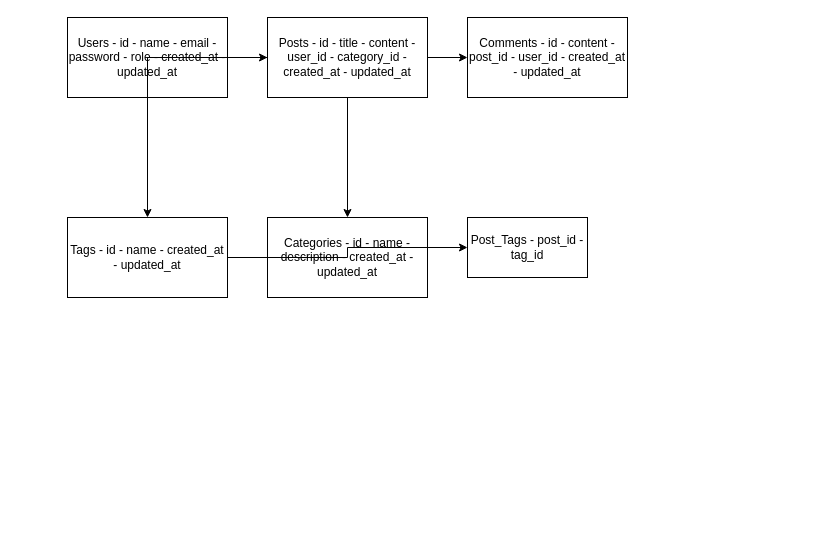
The draw.io diagram blog_website_erd.drawio in Toriqulislam1/ER_diagram, before the edit. Source tidied: cells renumbered, new cells numbered last; positions are measured from the earlier drawing's top-left corner, leaving out a move shared by most shapes. Both pictures are drawn from the tidied source at 100%, with x=0, y=0 at pixel (67, 17).
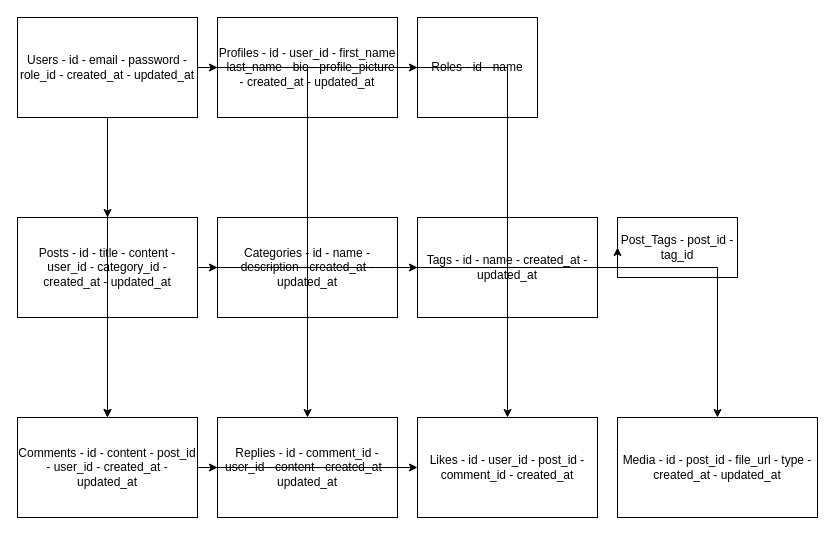
The same diagram, later.

Commit message:
blog site er diagram

Change to the diagram source:
```diff
@@
-    <mxCell id="2" value="Users - id - name - email - password - role - created_at - updated_at" style="shape=rectangle;whiteSpace=wrap;html=1;" parent="1" vertex="1">
-      <mxGeometry width="160" height="80" as="geometry" />
-    </mxCell>
+    <mxCell id="13" value="Users - id - email - password - role_id - created_at - updated_at" style="shape=rectangle;whiteSpace=wrap;html=1;" parent="1" vertex="1">
+      <mxGeometry x="-50" width="180" height="100" as="geometry" />
+    </mxCell>
+    <mxCell id="14" value="Profiles - id - user_id - first_name - last_name - bio - profile_picture - created_at - updated_at" style="shape=rectangle;whiteSpace=wrap;html=1;" parent="1" vertex="1">
+      <mxGeometry x="150" width="180" height="100" as="geometry" />
+    </mxCell>
+    <mxCell id="15" value="Roles - id - name" style="shape=rectangle;whiteSpace=wrap;html=1;" parent="1" vertex="1">
+      <mxGeometry x="350" width="120" height="100" as="geometry" />
+    </mxCell>
     <mxCell id="3" value="Posts - id - title - content - user_id - category_id - created_at - updated_at" style="shape=rectangle;whiteSpace=wrap;html=1;" parent="1" vertex="1">
-      <mxGeometry x="200" width="160" height="80" as="geometry" />
+      <mxGeometry x="-50" y="200" width="180" height="100" as="geometry" />
     </mxCell>
-    <mxCell id="4" value="Comments - id - content - post_id - user_id - created_at - updated_at" style="shape=rectangle;whiteSpace=wrap;html=1;" parent="1" vertex="1">
-      <mxGeometry x="400" width="160" height="80" as="geometry" />
-    </mxCell>
     <mxCell id="5" value="Categories - id - name - description - created_at - updated_at" style="shape=rectangle;whiteSpace=wrap;html=1;" parent="1" vertex="1">
-      <mxGeometry x="200" y="200" width="160" height="80" as="geometry" />
+      <mxGeometry x="150" y="200" width="180" height="100" as="geometry" />
     </mxCell>
     <mxCell id="6" value="Tags - id - name - created_at - updated_at" style="shape=rectangle;whiteSpace=wrap;html=1;" parent="1" vertex="1">
-      <mxGeometry y="200" width="160" height="80" as="geometry" />
+      <mxGeometry x="350" y="200" width="180" height="100" as="geometry" />
     </mxCell>
     <mxCell id="7" value="Post_Tags - post_id - tag_id" style="shape=rectangle;whiteSpace=wrap;html=1;" parent="1" vertex="1">
-      <mxGeometry x="400" y="200" width="120" height="60" as="geometry" />
+      <mxGeometry x="550" y="200" width="120" height="60" as="geometry" />
     </mxCell>
-    <mxCell id="8" style="edgeStyle=orthogonalEdgeStyle;rounded=0;jettySize=auto;html=1;" parent="1" edge="1" source="2" target="3">
-      <mxGeometry relative="1" as="geometry" />
-    </mxCell>
-    <mxCell id="9" style="edgeStyle=orthogonalEdgeStyle;rounded=0;jettySize=auto;html=1;" parent="1" edge="1" source="3" target="4">
-      <mxGeometry relative="1" as="geometry" />
-    </mxCell>
+    <mxCell id="4" value="Comments - id - content - post_id - user_id - created_at - updated_at" style="shape=rectangle;whiteSpace=wrap;html=1;" parent="1" vertex="1">
+      <mxGeometry x="-50" y="400" width="180" height="100" as="geometry" />
+    </mxCell>
+    <mxCell id="16" value="Replies - id - comment_id - user_id - content - created_at - updated_at" style="shape=rectangle;whiteSpace=wrap;html=1;" parent="1" vertex="1">
+      <mxGeometry x="150" y="400" width="180" height="100" as="geometry" />
+    </mxCell>
+    <mxCell id="17" value="Likes - id - user_id - post_id - comment_id - created_at" style="shape=rectangle;whiteSpace=wrap;html=1;" parent="1" vertex="1">
+      <mxGeometry x="350" y="400" width="180" height="100" as="geometry" />
+    </mxCell>
+    <mxCell id="18" value="Media - id - post_id - file_url - type - created_at - updated_at" style="shape=rectangle;whiteSpace=wrap;html=1;" parent="1" vertex="1">
+      <mxGeometry x="550" y="400" width="200" height="100" as="geometry" />
+    </mxCell>
+    <mxCell id="19" style="edgeStyle=orthogonalEdgeStyle;rounded=0;jettySize=auto;html=1;" parent="1" edge="1" source="13" target="14">
+      <mxGeometry relative="1" as="geometry" />
+    </mxCell>
+    <mxCell id="20" style="edgeStyle=orthogonalEdgeStyle;rounded=0;jettySize=auto;html=1;" parent="1" edge="1" source="13" target="3">
+      <mxGeometry relative="1" as="geometry" />
+    </mxCell>
+    <mxCell id="21" style="edgeStyle=orthogonalEdgeStyle;rounded=0;jettySize=auto;html=1;" parent="1" edge="1" source="13" target="4">
+      <mxGeometry relative="1" as="geometry" />
+    </mxCell>
+    <mxCell id="22" style="edgeStyle=orthogonalEdgeStyle;rounded=0;jettySize=auto;html=1;" parent="1" edge="1" source="13" target="17">
+      <mxGeometry relative="1" as="geometry" />
+    </mxCell>
+    <mxCell id="23" style="edgeStyle=orthogonalEdgeStyle;rounded=0;jettySize=auto;html=1;" parent="1" edge="1" source="13" target="16">
+      <mxGeometry relative="1" as="geometry" />
+    </mxCell>
+    <mxCell id="24" style="edgeStyle=orthogonalEdgeStyle;rounded=0;jettySize=auto;html=1;" parent="1" edge="1" source="13" target="15">
+      <mxGeometry relative="1" as="geometry" />
+    </mxCell>
@@
+    <mxCell id="9" style="edgeStyle=orthogonalEdgeStyle;rounded=0;jettySize=auto;html=1;" parent="1" edge="1" source="3" target="4">
+      <mxGeometry relative="1" as="geometry" />
+    </mxCell>
+    <mxCell id="25" style="edgeStyle=orthogonalEdgeStyle;rounded=0;jettySize=auto;html=1;" parent="1" edge="1" source="3" target="18">
+      <mxGeometry relative="1" as="geometry" />
+    </mxCell>
@@
+    <mxCell id="26" style="edgeStyle=orthogonalEdgeStyle;rounded=0;jettySize=auto;html=1;" parent="1" edge="1" source="4" target="16">
+      <mxGeometry relative="1" as="geometry" />
+    </mxCell>
+    <mxCell id="27" style="edgeStyle=orthogonalEdgeStyle;rounded=0;jettySize=auto;html=1;" parent="1" edge="1" source="4" target="17">
+      <mxGeometry relative="1" as="geometry" />
+    </mxCell>
```
